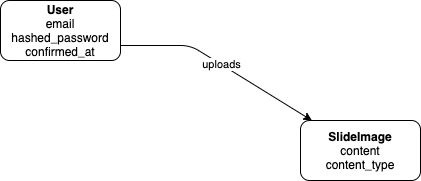
The draw.io diagram schema.drawio.png in hlship/speaker-karaoke, before a commit. Source tidied: cells renumbered, new cells last; positions are measured from the earlier drawing's top-left corner, leaving out a move shared by most shapes.
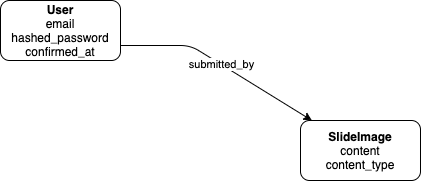
The same diagram one commit later.

Diff of the diagram source:
```diff
@@ -8,7 +8,7 @@
     <mxCell id="3" value="&lt;b&gt;SlideImage&lt;/b&gt;&lt;br&gt;content&lt;br&gt;content_type" style="rounded=1;whiteSpace=wrap;html=1;" parent="1" vertex="1">
       <mxGeometry x="300" y="120" width="120" height="60" as="geometry" />
     </mxCell>
-    <mxCell id="4" value="uploads" style="endArrow=classic;html=1;exitX=1;exitY=0.75;exitDx=0;exitDy=0;" parent="1" edge="1" source="2" target="3">
+    <mxCell id="4" value="submitted_by" style="endArrow=classic;html=1;exitX=1;exitY=0.75;exitDx=0;exitDy=0;" parent="1" edge="1" source="2" target="3">
       <mxGeometry relative="1" as="geometry">
         <Array as="points">
           <mxPoint x="190" y="45" />
```
